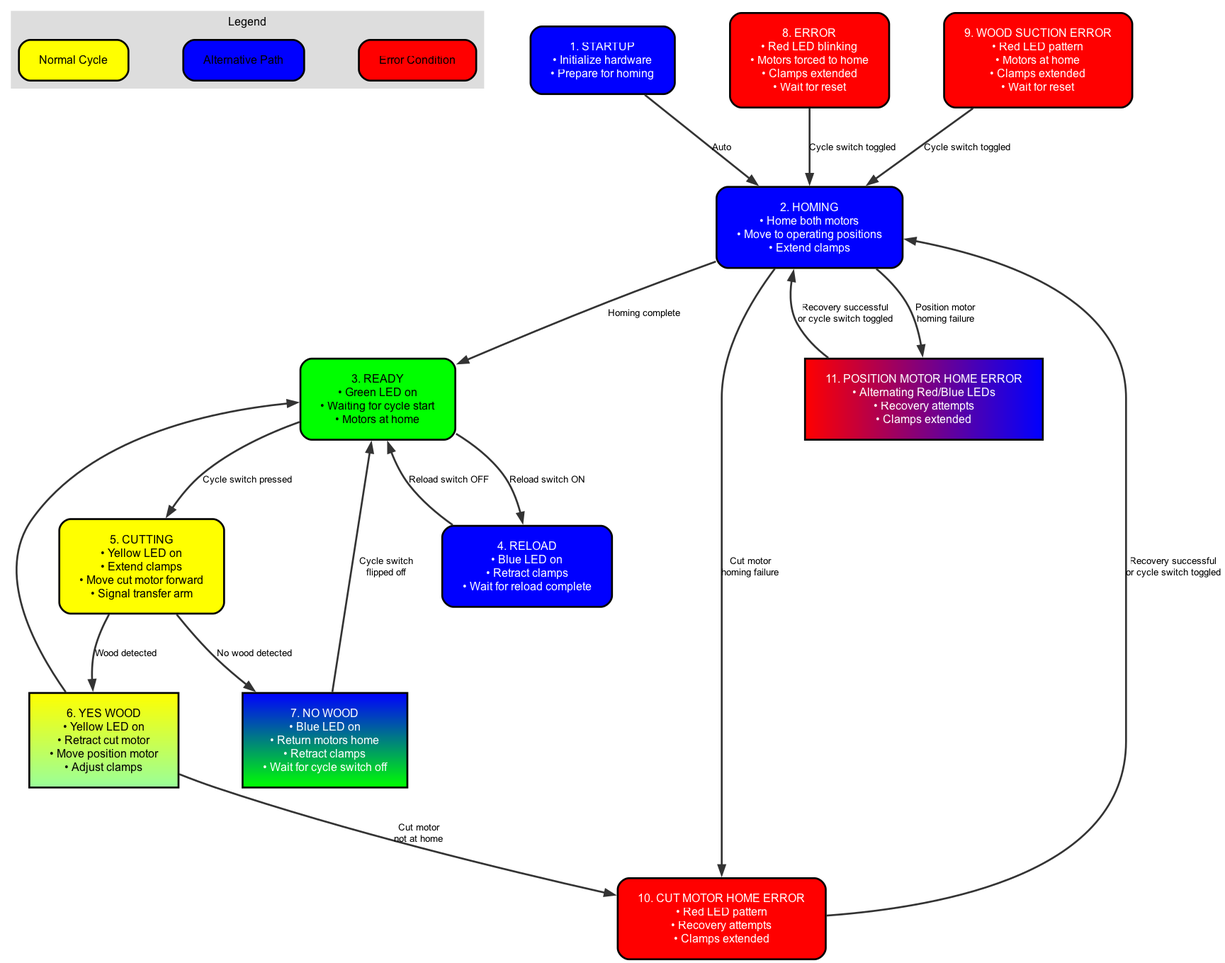
This is flowcharts/cutting_machine_flowchart.png from akivaweil/Stage-1-Mar25, a Graphviz export, as it was before one commit. Its source is kept beside it as flowcharts/cutting_machine_flowchart.dot.
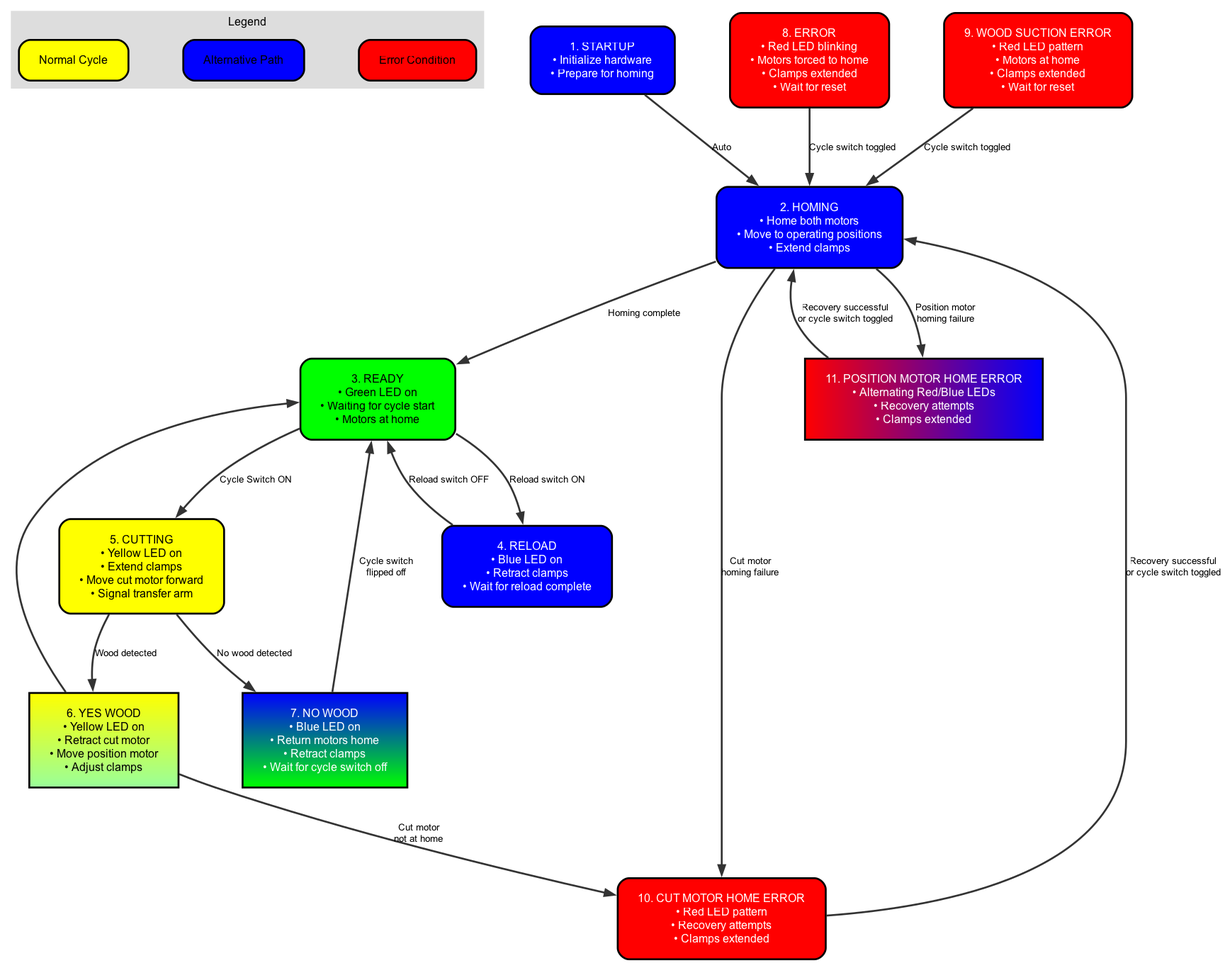
After the change.

Commit message:
Changed READY-CUTTING transition label to 'Cycle Switch ON'

Diff of the diagram source:
```diff
@@ -37,7 +37,7 @@
 • Recovery attempts
 • Clamps extended", style="filled", fillcolor="#FF0000:#0000FF", fontcolor="white", gradientangle=0]; START -> HOMING [label="Auto"]; HOMING -> READY [label="Homing complete"]; HOMING -> CUT_MOTOR_HOME_ERROR [label="Cut motor
 homing failure"]; HOMING -> POSITION_MOTOR_HOME_ERROR [label="Position motor
-homing failure"]; READY -> CUTTING [label="Cycle switch pressed"]; READY -> RELOAD [label="Reload switch ON"]; RELOAD -> READY [label="Reload switch OFF"]; CUTTING -> YESWOOD [label="Wood detected"]; CUTTING -> NOWOOD [label="No wood detected"]; YESWOOD -> READY; YESWOOD -> CUT_MOTOR_HOME_ERROR [label="Cut motor\nnot at home"]; NOWOOD -> READY [label="Cycle switch
+homing failure"]; READY -> CUTTING [label="Cycle Switch ON"]; READY -> RELOAD [label="Reload switch ON"]; RELOAD -> READY [label="Reload switch OFF"]; CUTTING -> YESWOOD [label="Wood detected"]; CUTTING -> NOWOOD [label="No wood detected"]; YESWOOD -> READY; YESWOOD -> CUT_MOTOR_HOME_ERROR [label="Cut motor\nnot at home"]; NOWOOD -> READY [label="Cycle switch
 flipped off"]; WOOD_SUCTION_ERROR -> HOMING [label="Cycle switch toggled"]; CUT_MOTOR_HOME_ERROR -> HOMING [label="Recovery successful
 or cycle switch toggled"]; POSITION_MOTOR_HOME_ERROR -> HOMING [label="Recovery successful
 or cycle switch toggled"]; ERROR -> HOMING [label="Cycle switch toggled"]; }
```
